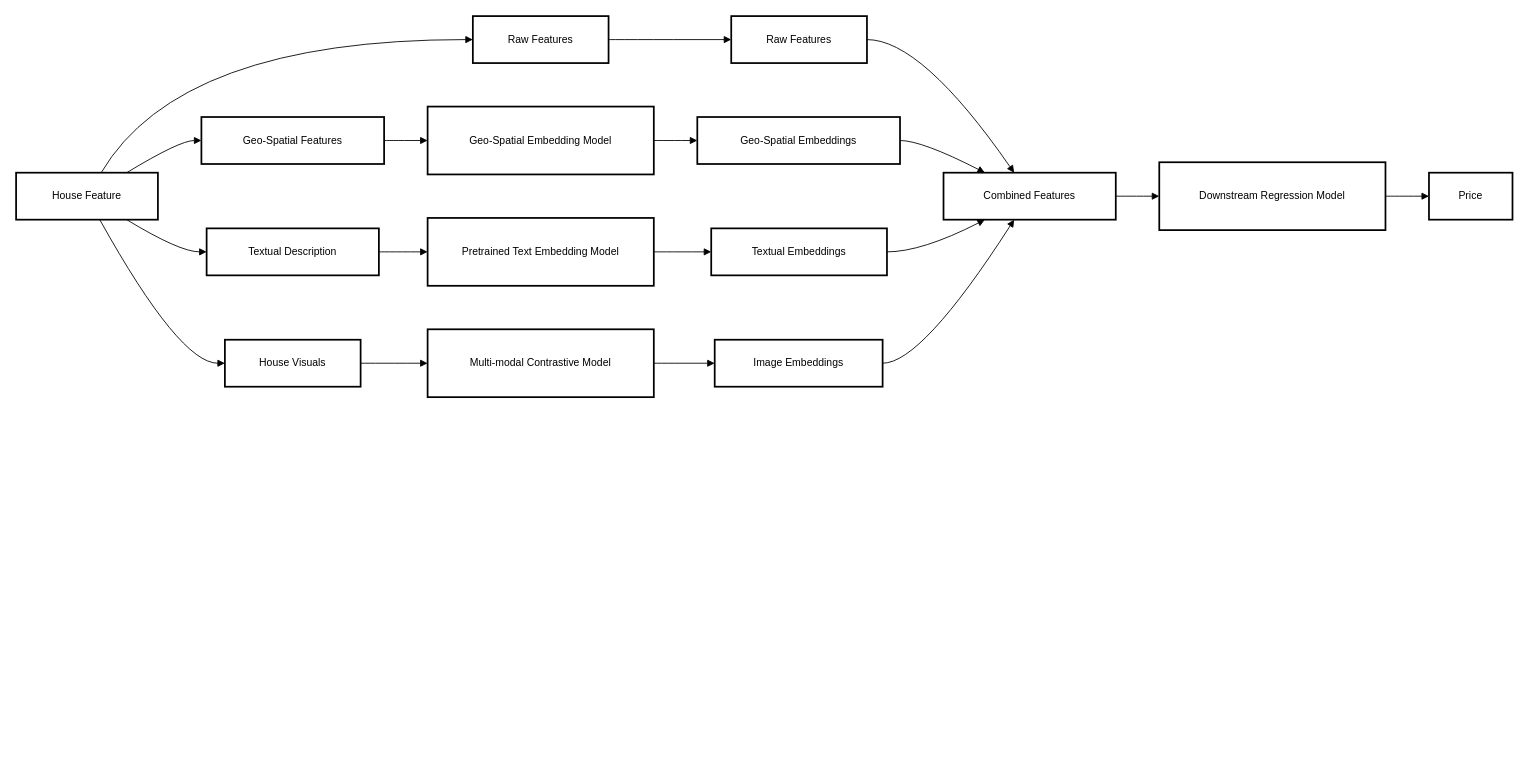
Above: page "Page-1" (1 of 3) of Untitled Diagram.drawio in diyagangwar1/ValueVision (draw.io), before the change. Source tidied: cells renumbered, new cells numbered last; positions are measured from the earlier drawing's top-left corner, leaving out a move shared by most shapes. Both pictures are drawn from the tidied source at 87%, with x=0, y=0 at pixel (16, 16).
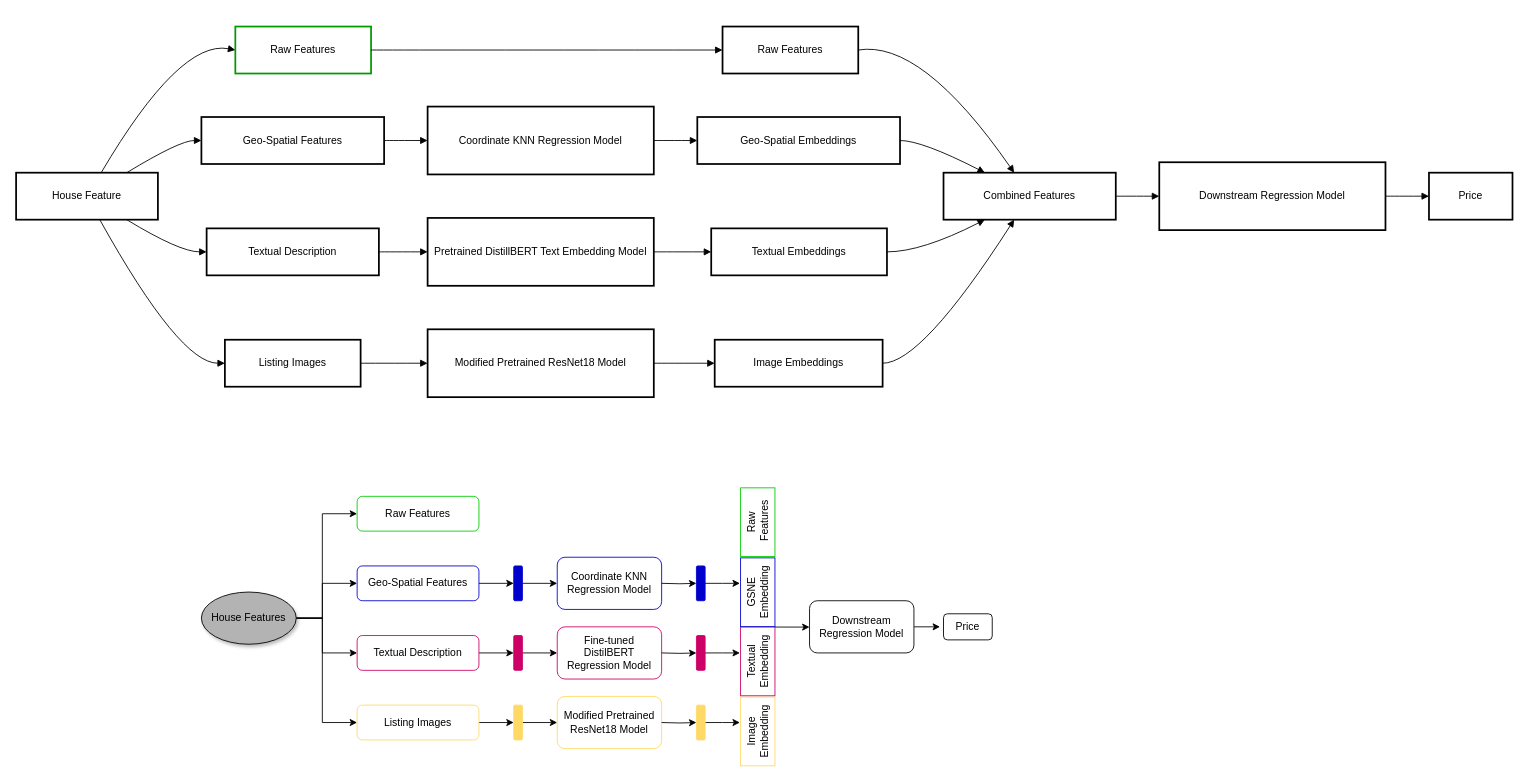
The same diagram, later.

Diff of the diagram source:
```diff
@@
-    <mxCell id="3" value="Raw Features" style="whiteSpace=wrap;strokeWidth=2;" parent="1" vertex="1">
-      <mxGeometry x="525" width="156" height="54" as="geometry" />
+    <mxCell id="3" value="Raw Features" style="whiteSpace=wrap;strokeWidth=2;strokeColor=#009900;" parent="1" vertex="1">
+      <mxGeometry x="252" y="12" width="156" height="54" as="geometry" />
     </mxCell>
@@
-    <mxCell id="6" value="House Visuals" style="whiteSpace=wrap;strokeWidth=2;" parent="1" vertex="1">
+    <mxCell id="6" value="Listing Images" style="whiteSpace=wrap;strokeWidth=2;" parent="1" vertex="1">
       <mxGeometry x="240" y="372" width="156" height="54" as="geometry" />
     </mxCell>
     <mxCell id="7" value="Raw Features" style="whiteSpace=wrap;strokeWidth=2;" parent="1" vertex="1">
-      <mxGeometry x="822" width="156" height="54" as="geometry" />
+      <mxGeometry x="812" y="12" width="156" height="54" as="geometry" />
     </mxCell>
-    <mxCell id="8" value="Geo-Spatial Embedding Model" style="whiteSpace=wrap;strokeWidth=2;" parent="1" vertex="1">
+    <mxCell id="8" value="Coordinate KNN Regression Model" style="whiteSpace=wrap;strokeWidth=2;" parent="1" vertex="1">
       <mxGeometry x="473" y="104" width="260" height="78" as="geometry" />
     </mxCell>
@@
-    <mxCell id="10" value="Pretrained Text Embedding Model" style="whiteSpace=wrap;strokeWidth=2;" parent="1" vertex="1">
+    <mxCell id="10" value="Pretrained DistillBERT Text Embedding Model" style="whiteSpace=wrap;strokeWidth=2;" parent="1" vertex="1">
       <mxGeometry x="473" y="232" width="260" height="78" as="geometry" />
     </mxCell>
@@
-    <mxCell id="12" value="Multi-modal Contrastive Model" style="whiteSpace=wrap;strokeWidth=2;" parent="1" vertex="1">
+    <mxCell id="12" value="Modified Pretrained ResNet18 Model" style="whiteSpace=wrap;strokeWidth=2;" parent="1" vertex="1">
       <mxGeometry x="473" y="360" width="260" height="78" as="geometry" />
     </mxCell>
@@
+    <mxCell id="34" style="edgeStyle=orthogonalEdgeStyle;rounded=0;jettySize=auto;html=1;exitX=1;exitY=0.5;exitDx=0;exitDy=0;entryX=0;entryY=0.5;entryDx=0;entryDy=0;" parent="1" edge="1" source="38" target="43">
+      <mxGeometry relative="1" as="geometry">
+        <Array as="points">
+          <mxPoint x="352" y="692" />
+          <mxPoint x="352" y="732" />
+        </Array>
+      </mxGeometry>
+    </mxCell>
+    <mxCell id="35" style="edgeStyle=orthogonalEdgeStyle;rounded=0;jettySize=auto;html=1;exitX=1;exitY=0.5;exitDx=0;exitDy=0;entryX=0;entryY=0.5;entryDx=0;entryDy=0;" parent="1" edge="1" source="38" target="41">
+      <mxGeometry relative="1" as="geometry">
+        <Array as="points">
+          <mxPoint x="352" y="692" />
+          <mxPoint x="352" y="652" />
+        </Array>
+      </mxGeometry>
+    </mxCell>
+    <mxCell id="36" style="edgeStyle=orthogonalEdgeStyle;rounded=0;jettySize=auto;html=1;exitX=1;exitY=0.5;exitDx=0;exitDy=0;entryX=0;entryY=0.5;entryDx=0;entryDy=0;" parent="1" edge="1" source="38" target="39">
+      <mxGeometry relative="1" as="geometry">
+        <Array as="points">
+          <mxPoint x="352" y="692" />
+          <mxPoint x="352" y="572" />
+        </Array>
+      </mxGeometry>
+    </mxCell>
+    <mxCell id="37" style="edgeStyle=orthogonalEdgeStyle;rounded=0;jettySize=auto;html=1;exitX=1;exitY=0.5;exitDx=0;exitDy=0;entryX=0;entryY=0.5;entryDx=0;entryDy=0;" parent="1" edge="1" source="38" target="45">
+      <mxGeometry relative="1" as="geometry">
+        <Array as="points">
+          <mxPoint x="352" y="692" />
+          <mxPoint x="352" y="812" />
+        </Array>
+      </mxGeometry>
+    </mxCell>
+    <mxCell id="38" value="House Features" style="ellipse;whiteSpace=wrap;html=1;fillColor=#B3B3B3;strokeColor=#000000;shadow=1;" parent="1" vertex="1">
+      <mxGeometry x="213" y="662" width="109" height="60" as="geometry" />
+    </mxCell>
+    <mxCell id="39" value="Raw Features" style="rounded=1;whiteSpace=wrap;html=1;strokeColor=#00CC00;" parent="1" vertex="1">
+      <mxGeometry x="392" y="552" width="140" height="40" as="geometry" />
+    </mxCell>
+    <mxCell id="40" style="edgeStyle=orthogonalEdgeStyle;rounded=0;jettySize=auto;html=1;exitX=1;exitY=0.5;exitDx=0;exitDy=0;entryX=0;entryY=0.5;entryDx=0;entryDy=0;" parent="1" edge="1" source="41" target="47">
+      <mxGeometry relative="1" as="geometry" />
+    </mxCell>
+    <mxCell id="41" value="Geo-Spatial Features" style="rounded=1;whiteSpace=wrap;html=1;strokeColor=#0000CC;" parent="1" vertex="1">
+      <mxGeometry x="392" y="632" width="140" height="40" as="geometry" />
+    </mxCell>
+    <mxCell id="42" style="edgeStyle=orthogonalEdgeStyle;rounded=0;jettySize=auto;html=1;exitX=1;exitY=0.5;exitDx=0;exitDy=0;entryX=0;entryY=0.5;entryDx=0;entryDy=0;" parent="1" edge="1" source="43" target="49">
+      <mxGeometry relative="1" as="geometry" />
+    </mxCell>
+    <mxCell id="43" value="Textual Description" style="rounded=1;whiteSpace=wrap;html=1;strokeColor=#CC0066;" parent="1" vertex="1">
+      <mxGeometry x="392" y="712" width="140" height="40" as="geometry" />
+    </mxCell>
+    <mxCell id="44" style="edgeStyle=orthogonalEdgeStyle;rounded=0;jettySize=auto;html=1;exitX=1;exitY=0.5;exitDx=0;exitDy=0;entryX=0;entryY=0.5;entryDx=0;entryDy=0;" parent="1" edge="1" source="45" target="51">
+      <mxGeometry relative="1" as="geometry" />
+    </mxCell>
+    <mxCell id="45" value="Listing Images" style="rounded=1;whiteSpace=wrap;html=1;strokeColor=#FFD966;" parent="1" vertex="1">
+      <mxGeometry x="392" y="792" width="140" height="40" as="geometry" />
+    </mxCell>
+    <mxCell id="46" style="edgeStyle=orthogonalEdgeStyle;rounded=0;jettySize=auto;html=1;exitX=1;exitY=0.5;exitDx=0;exitDy=0;entryX=0;entryY=0.5;entryDx=0;entryDy=0;" parent="1" edge="1" source="47" target="52">
+      <mxGeometry relative="1" as="geometry" />
+    </mxCell>
+    <mxCell id="47" style="rounded=1;whiteSpace=wrap;html=1;strokeColor=#0000CC;fillColor=#0000CC;" parent="1" vertex="1">
+      <mxGeometry x="572" y="632" width="10" height="40" as="geometry" />
+    </mxCell>
+    <mxCell id="48" style="edgeStyle=orthogonalEdgeStyle;rounded=0;jettySize=auto;html=1;exitX=1;exitY=0.5;exitDx=0;exitDy=0;entryX=0;entryY=0.5;entryDx=0;entryDy=0;" parent="1" edge="1" source="49" target="53">
+      <mxGeometry relative="1" as="geometry" />
+    </mxCell>
+    <mxCell id="49" style="rounded=1;whiteSpace=wrap;html=1;fillColor=#CC0066;strokeColor=#CC0066;" parent="1" vertex="1">
+      <mxGeometry x="572" y="712" width="10" height="40" as="geometry" />
+    </mxCell>
+    <mxCell id="50" style="edgeStyle=orthogonalEdgeStyle;rounded=0;jettySize=auto;html=1;exitX=1;exitY=0.5;exitDx=0;exitDy=0;entryX=0;entryY=0.5;entryDx=0;entryDy=0;" parent="1" edge="1" source="51" target="54">
+      <mxGeometry relative="1" as="geometry" />
+    </mxCell>
+    <mxCell id="51" style="rounded=1;whiteSpace=wrap;html=1;fillColor=#FFD966;strokeColor=#FFD966;" parent="1" vertex="1">
+      <mxGeometry x="572" y="792" width="10" height="40" as="geometry" />
+    </mxCell>
+    <mxCell id="52" value="Coordinate KNN Regression Model" style="rounded=1;whiteSpace=wrap;html=1;strokeColor=#0000CC;" parent="1" vertex="1">
+      <mxGeometry x="622" y="622" width="120" height="60" as="geometry" />
+    </mxCell>
+    <mxCell id="53" value="Fine-tuned DistilBERT Regression Model" style="rounded=1;whiteSpace=wrap;html=1;strokeColor=#CC0066;" parent="1" vertex="1">
+      <mxGeometry x="622" y="702" width="120" height="60" as="geometry" />
+    </mxCell>
+    <mxCell id="54" value="Modified Pretrained ResNet18 Model" style="rounded=1;whiteSpace=wrap;html=1;strokeColor=#FFD966;" parent="1" vertex="1">
+      <mxGeometry x="622" y="782" width="120" height="60" as="geometry" />
+    </mxCell>
+    <mxCell id="55" style="edgeStyle=orthogonalEdgeStyle;rounded=0;jettySize=auto;html=1;exitX=1;exitY=0.5;exitDx=0;exitDy=0;entryX=0;entryY=0.5;entryDx=0;entryDy=0;" parent="1" edge="1" target="59">
+      <mxGeometry relative="1" as="geometry">
+        <mxPoint x="742" y="652" as="sourcePoint" />
+      </mxGeometry>
+    </mxCell>
+    <mxCell id="56" style="edgeStyle=orthogonalEdgeStyle;rounded=0;jettySize=auto;html=1;exitX=1;exitY=0.5;exitDx=0;exitDy=0;entryX=0;entryY=0.5;entryDx=0;entryDy=0;" parent="1" edge="1" target="61">
+      <mxGeometry relative="1" as="geometry">
+        <mxPoint x="742" y="732" as="sourcePoint" />
+      </mxGeometry>
+    </mxCell>
+    <mxCell id="57" style="edgeStyle=orthogonalEdgeStyle;rounded=0;jettySize=auto;html=1;exitX=1;exitY=0.5;exitDx=0;exitDy=0;entryX=0;entryY=0.5;entryDx=0;entryDy=0;" parent="1" edge="1" target="63">
+      <mxGeometry relative="1" as="geometry">
+        <mxPoint x="742" y="812" as="sourcePoint" />
+      </mxGeometry>
+    </mxCell>
+    <mxCell id="58" style="edgeStyle=orthogonalEdgeStyle;rounded=0;jettySize=auto;html=1;exitX=1;exitY=0.5;exitDx=0;exitDy=0;entryX=0;entryY=0.5;entryDx=0;entryDy=0;" parent="1" edge="1" source="59">
+      <mxGeometry relative="1" as="geometry">
+        <mxPoint x="832" y="652" as="targetPoint" />
+      </mxGeometry>
+    </mxCell>
+    <mxCell id="59" style="rounded=1;whiteSpace=wrap;html=1;strokeColor=#0000CC;fillColor=#0000CC;" parent="1" vertex="1">
+      <mxGeometry x="782" y="632" width="10" height="40" as="geometry" />
+    </mxCell>
+    <mxCell id="60" style="edgeStyle=orthogonalEdgeStyle;rounded=0;jettySize=auto;html=1;exitX=1;exitY=0.5;exitDx=0;exitDy=0;entryX=0;entryY=0.5;entryDx=0;entryDy=0;" parent="1" edge="1" source="61">
+      <mxGeometry relative="1" as="geometry">
+        <mxPoint x="832" y="732" as="targetPoint" />
+      </mxGeometry>
+    </mxCell>
+    <mxCell id="61" style="rounded=1;whiteSpace=wrap;html=1;fillColor=#CC0066;strokeColor=#CC0066;" parent="1" vertex="1">
+      <mxGeometry x="782" y="712" width="10" height="40" as="geometry" />
+    </mxCell>
+    <mxCell id="62" style="edgeStyle=orthogonalEdgeStyle;rounded=0;jettySize=auto;html=1;exitX=1;exitY=0.5;exitDx=0;exitDy=0;entryX=0;entryY=0.5;entryDx=0;entryDy=0;" parent="1" edge="1" source="63">
+      <mxGeometry relative="1" as="geometry">
+        <mxPoint x="832" y="812" as="targetPoint" />
+      </mxGeometry>
+    </mxCell>
+    <mxCell id="63" style="rounded=1;whiteSpace=wrap;html=1;fillColor=#FFD966;strokeColor=#FFD966;" parent="1" vertex="1">
+      <mxGeometry x="782" y="792" width="10" height="40" as="geometry" />
+    </mxCell>
+    <mxCell id="64" value="Image Embedding" style="rounded=0;whiteSpace=wrap;html=1;rotation=-90;strokeColor=#FFD966;" parent="1" vertex="1">
+      <mxGeometry x="813" y="802.5" width="79" height="39.5" as="geometry" />
+    </mxCell>
+    <mxCell id="65" style="edgeStyle=orthogonalEdgeStyle;rounded=0;jettySize=auto;html=1;exitX=1;exitY=1;exitDx=0;exitDy=0;" parent="1" edge="1" source="66">
+      <mxGeometry relative="1" as="geometry">
+        <mxPoint x="912" y="701.8" as="targetPoint" />
+      </mxGeometry>
+    </mxCell>
+    <mxCell id="66" value="Textual Embedding" style="rounded=0;whiteSpace=wrap;html=1;rotation=-90;strokeColor=#CC0066;" parent="1" vertex="1">
+      <mxGeometry x="813" y="722" width="79" height="39.5" as="geometry" />
+    </mxCell>
+    <mxCell id="67" value="GSNE Embedding" style="rounded=0;whiteSpace=wrap;html=1;rotation=-90;strokeColor=#0000CC;" parent="1" vertex="1">
+      <mxGeometry x="813" y="642.5" width="79" height="39.5" as="geometry" />
+    </mxCell>
+    <mxCell id="68" value="Raw&lt;div&gt;&amp;nbsp;Features&lt;/div&gt;" style="rounded=0;whiteSpace=wrap;html=1;rotation=-90;strokeColor=#00CC00;" parent="1" vertex="1">
+      <mxGeometry x="813" y="562" width="79" height="39.5" as="geometry" />
+    </mxCell>
+    <mxCell id="69" style="edgeStyle=orthogonalEdgeStyle;rounded=0;jettySize=auto;html=1;exitX=1;exitY=0.5;exitDx=0;exitDy=0;" parent="1" edge="1" source="70">
+      <mxGeometry relative="1" as="geometry">
+        <mxPoint x="1062" y="701.8" as="targetPoint" />
+      </mxGeometry>
+    </mxCell>
+    <mxCell id="70" value="Downstream Regression Model" style="rounded=1;whiteSpace=wrap;html=1;" parent="1" vertex="1">
+      <mxGeometry x="912" y="672" width="120" height="60" as="geometry" />
+    </mxCell>
+    <mxCell id="71" value="Price" style="rounded=1;whiteSpace=wrap;html=1;" parent="1" vertex="1">
+      <mxGeometry x="1066" y="687" width="56" height="30" as="geometry" />
+    </mxCell>
```
